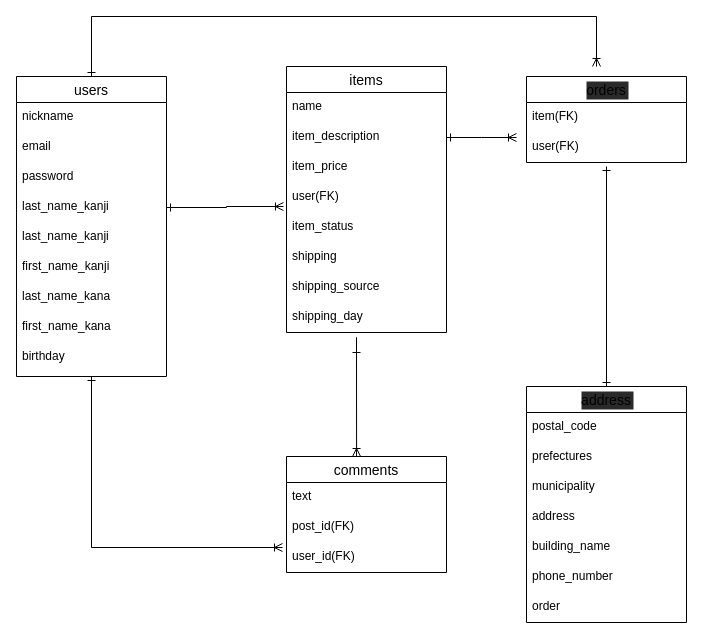
The draw.io diagram erzu.dio in ponkantaichou/furima-30382, before the edit. Source tidied: cells renumbered, new cells numbered last; positions are measured from the earlier drawing's top-left corner, leaving out a move shared by most shapes. Both pictures are drawn from the tidied source at 100%, with x=0, y=0 at pixel (16, 16).
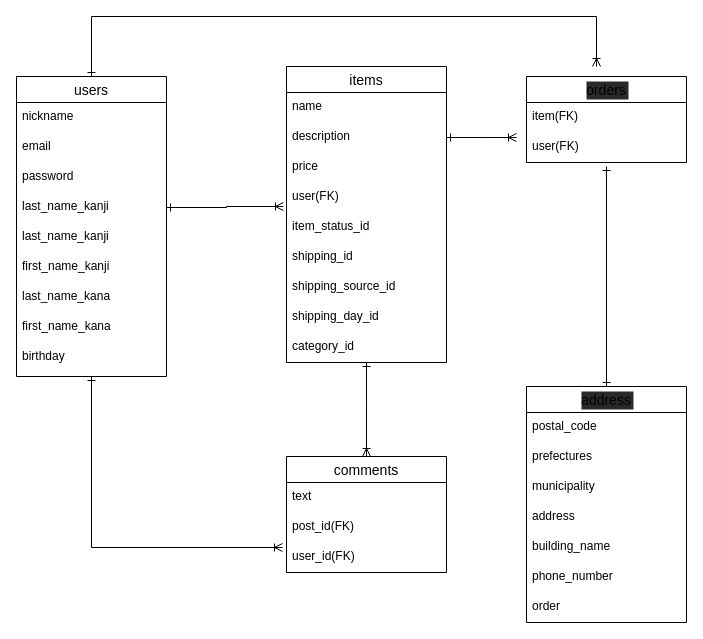
Above is the later version.

Unchanged cells that the change refers to:
```xml
<mxCell id="27" value="comments" style="swimlane;fontStyle=0;horizontal=1;startSize=26;align=center;fontSize=14;" parent="1" vertex="1">
  <mxGeometry x="270" y="440" width="160" height="116" as="geometry" />
</mxCell>
```

The edit, as a diff of the source:
```diff
@@
-    <mxCell id="26" style="edgeStyle=orthogonalEdgeStyle;rounded=0;jettySize=auto;html=1;startArrow=ERone;startFill=0;endArrow=ERoneToMany;endFill=0;fontFamily=Helvetica;entryX=0.438;entryY=0;entryDx=0;entryDy=0;entryPerimeter=0;" parent="1" edge="1" target="27">
-      <mxGeometry relative="1" as="geometry">
-        <mxPoint x="340" y="340" as="sourcePoint" />
-        <Array as="points">
-          <mxPoint x="340" y="321" />
-        </Array>
-      </mxGeometry>
-    </mxCell>
@@
     <mxCell id="31" value="items" style="swimlane;fontStyle=0;horizontal=1;startSize=26;align=center;fontSize=14;" parent="1" vertex="1">
-      <mxGeometry x="270" y="50" width="160" height="266" as="geometry" />
+      <mxGeometry x="270" y="50" width="160" height="296" as="geometry" />
     </mxCell>
@@
-    <mxCell id="33" value="item_description" style="text;strokeColor=none;fillColor=none;spacingLeft=4;spacingRight=4;overflow=hidden;points=[[0,0.5],[1,0.5]];portConstraint=eastwest;fontSize=12;" parent="31" vertex="1">
+    <mxCell id="33" value="description" style="text;strokeColor=none;fillColor=none;spacingLeft=4;spacingRight=4;overflow=hidden;points=[[0,0.5],[1,0.5]];portConstraint=eastwest;fontSize=12;" parent="31" vertex="1">
       <mxGeometry y="56" width="160" height="30" as="geometry" />
     </mxCell>
-    <mxCell id="34" value="item_price" style="text;strokeColor=none;fillColor=none;spacingLeft=4;spacingRight=4;overflow=hidden;fontSize=12;" parent="31" vertex="1">
+    <mxCell id="34" value="price" style="text;strokeColor=none;fillColor=none;spacingLeft=4;spacingRight=4;overflow=hidden;fontSize=12;" parent="31" vertex="1">
       <mxGeometry y="86" width="160" height="30" as="geometry" />
     </mxCell>
@@
-    <mxCell id="36" value="item_status" style="text;strokeColor=none;fillColor=none;spacingLeft=4;spacingRight=4;overflow=hidden;fontSize=12;" parent="31" vertex="1">
+    <mxCell id="36" value="item_status_id" style="text;strokeColor=none;fillColor=none;spacingLeft=4;spacingRight=4;overflow=hidden;fontSize=12;" parent="31" vertex="1">
       <mxGeometry y="146" width="160" height="30" as="geometry" />
     </mxCell>
-    <mxCell id="37" value="shipping" style="text;strokeColor=none;fillColor=none;spacingLeft=4;spacingRight=4;overflow=hidden;fontSize=12;" parent="31" vertex="1">
+    <mxCell id="37" value="shipping_id" style="text;strokeColor=none;fillColor=none;spacingLeft=4;spacingRight=4;overflow=hidden;fontSize=12;" parent="31" vertex="1">
       <mxGeometry y="176" width="160" height="30" as="geometry" />
     </mxCell>
-    <mxCell id="38" value="shipping_source" style="text;strokeColor=none;fillColor=none;spacingLeft=4;spacingRight=4;overflow=hidden;fontSize=12;" parent="31" vertex="1">
+    <mxCell id="38" value="shipping_source_id" style="text;strokeColor=none;fillColor=none;spacingLeft=4;spacingRight=4;overflow=hidden;fontSize=12;" parent="31" vertex="1">
       <mxGeometry y="206" width="160" height="30" as="geometry" />
     </mxCell>
-    <mxCell id="39" value="shipping_day" style="text;strokeColor=none;fillColor=none;spacingLeft=4;spacingRight=4;overflow=hidden;fontSize=12;" parent="31" vertex="1">
+    <mxCell id="39" value="shipping_day_id" style="text;strokeColor=none;fillColor=none;spacingLeft=4;spacingRight=4;overflow=hidden;fontSize=12;" parent="31" vertex="1">
       <mxGeometry y="236" width="160" height="30" as="geometry" />
     </mxCell>
+    <mxCell id="42" value="category_id" style="text;strokeColor=none;fillColor=none;spacingLeft=4;spacingRight=4;overflow=hidden;points=[[0,0.5],[1,0.5]];portConstraint=eastwest;fontSize=12;" parent="31" vertex="1">
+      <mxGeometry y="266" width="160" height="30" as="geometry" />
+    </mxCell>
@@
+    <mxCell id="43" style="edgeStyle=orthogonalEdgeStyle;rounded=0;jettySize=auto;html=1;entryX=0.5;entryY=0;entryDx=0;entryDy=0;startArrow=ERone;startFill=0;endArrow=ERoneToMany;endFill=0;fontFamily=Helvetica;" parent="1" edge="1" source="42" target="27">
+      <mxGeometry relative="1" as="geometry">
+        <Array as="points">
+          <mxPoint x="350" y="390" />
+          <mxPoint x="350" y="390" />
+        </Array>
+      </mxGeometry>
+    </mxCell>
```
